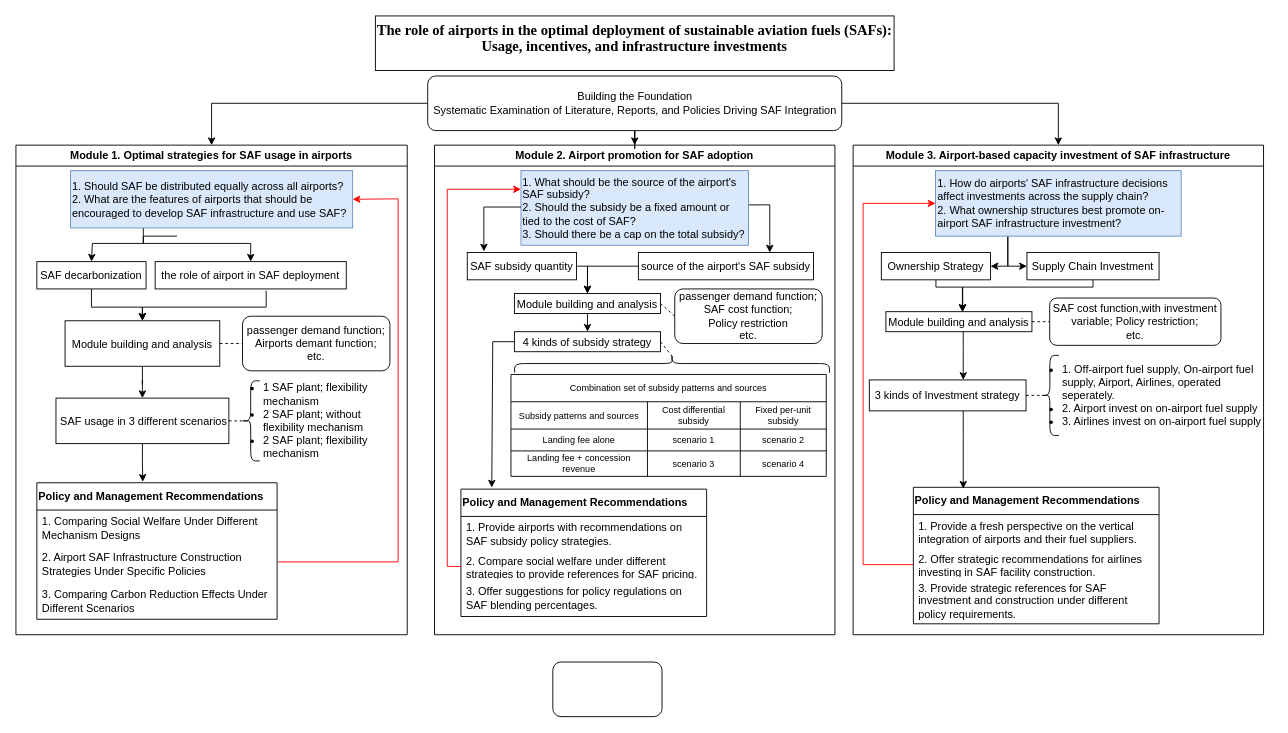
Before: 技术路线图.drawio in HengfeiMa95/paper-reading, a draw.io diagram. Source tidied: cells renumbered, new cells numbered last; positions are measured from the earlier drawing's top-left corner, leaving out a move shared by most shapes. Both pictures are drawn from the tidied source at 91%, with x=0, y=0 at pixel (15, 15).
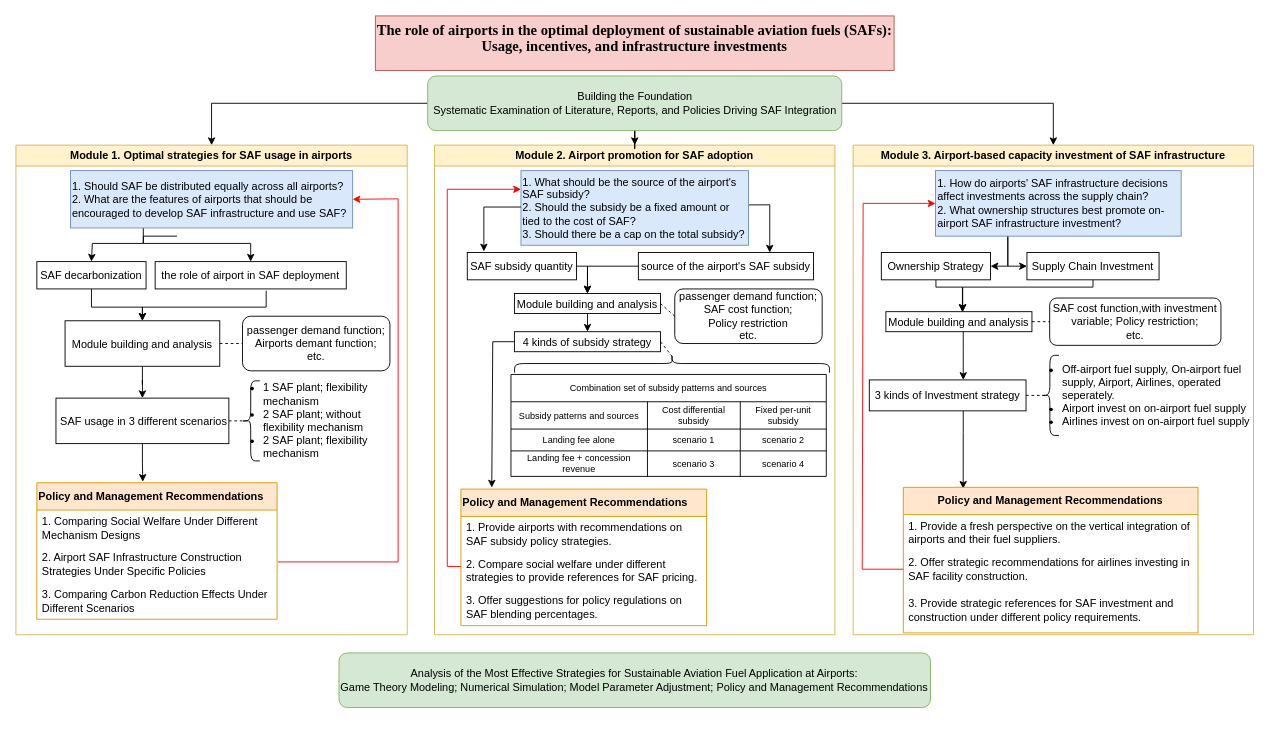
The same diagram, later.

Commit message:
Update 技术路线图.drawio

The change refers to these unchanged cells:
```xml
<mxCell id="61" value="&lt;div&gt;1. How do airports' SAF infrastructure decisions affect investments across the supply chain?&lt;/div&gt;&lt;div&gt;2. What ownership structures best promote on-airport SAF infrastructure investment?&lt;/div&gt;" style="text;strokeColor=#6c8ebf;fillColor=#dae8fc;html=1;whiteSpace=wrap;verticalAlign=middle;overflow=hidden;" parent="58" vertex="1">
  <mxGeometry x="90.5" y="28" width="270" height="72" as="geometry" />
</mxCell>
```

The edit, as a diff of the source:
```diff
@@
-    <mxCell id="2" value="Module 1. Optimal strategies for SAF usage in airports" style="swimlane;whiteSpace=wrap;" parent="1" vertex="1">
+    <mxCell id="2" value="Module 1. Optimal strategies for SAF usage in airports" style="swimlane;whiteSpace=wrap;fillColor=#fff2cc;strokeColor=#d6b656;" parent="1" vertex="1">
       <mxGeometry y="142" width="430" height="538" as="geometry" />
     </mxCell>
@@
-    <mxCell id="15" value="&lt;span style=&quot;font-weight: 700; text-align: -webkit-center;&quot;&gt;Policy and Management Recommendations&lt;/span&gt;" style="swimlane;fontStyle=0;horizontal=1;startSize=30;whiteSpace=wrap;html=1;align=left;verticalAlign=middle;fontFamily=Helvetica;fontSize=12;fontColor=default;fillColor=none;gradientColor=none;" parent="2" vertex="1">
+    <mxCell id="15" value="&lt;span style=&quot;font-weight: 700; text-align: -webkit-center;&quot;&gt;Policy and Management Recommendations&lt;/span&gt;" style="swimlane;fontStyle=0;horizontal=1;startSize=30;whiteSpace=wrap;html=1;align=left;verticalAlign=middle;fontFamily=Helvetica;fontSize=12;fillColor=#ffe6cc;strokeColor=#d79b00;" parent="2" vertex="1">
       <mxGeometry x="23" y="371" width="264" height="150" as="geometry" />
     </mxCell>
@@
-    <mxCell id="24" value="Module 2. Airport promotion for SAF adoption" style="swimlane;whiteSpace=wrap;" parent="1" vertex="1">
+    <mxCell id="24" value="Module 2. Airport promotion for SAF adoption" style="swimlane;whiteSpace=wrap;fillColor=#fff2cc;strokeColor=#d6b656;" parent="1" vertex="1">
       <mxGeometry x="460" y="142" width="440" height="538" as="geometry" />
     </mxCell>
@@
-    <mxCell id="51" value="&lt;span style=&quot;font-weight: 700; text-align: -webkit-center;&quot;&gt;Policy and Management Recommendations&lt;/span&gt;" style="swimlane;fontStyle=0;horizontal=1;startSize=30;whiteSpace=wrap;html=1;align=left;verticalAlign=middle;fontFamily=Helvetica;fontSize=12;fontColor=default;fillColor=none;gradientColor=none;" parent="24" vertex="1">
-      <mxGeometry x="29" y="378" width="270" height="140" as="geometry" />
+    <mxCell id="51" value="&lt;span style=&quot;font-weight: 700; text-align: -webkit-center;&quot;&gt;Policy and Management Recommendations&lt;/span&gt;" style="swimlane;fontStyle=0;horizontal=1;startSize=30;whiteSpace=wrap;html=1;align=left;verticalAlign=middle;fontFamily=Helvetica;fontSize=12;fillColor=#ffe6cc;strokeColor=#d79b00;" parent="24" vertex="1">
+      <mxGeometry x="29" y="378" width="270" height="150" as="geometry" />
     </mxCell>
@@
     <mxCell id="53" value="2. Compare social welfare under different strategies to provide references for SAF pricing." style="text;strokeColor=none;fillColor=none;align=left;verticalAlign=middle;spacingLeft=4;spacingRight=4;overflow=hidden;points=[[0,0.5],[1,0.5]];portConstraint=eastwest;whiteSpace=wrap;html=1;fontFamily=Helvetica;fontSize=12;fontColor=default;" parent="51" vertex="1">
-      <mxGeometry y="70" width="270" height="30" as="geometry" />
+      <mxGeometry y="70" width="270" height="40" as="geometry" />
     </mxCell>
     <mxCell id="54" value="3. Offer suggestions for policy regulations on SAF blending percentages." style="text;strokeColor=none;fillColor=none;align=left;verticalAlign=middle;spacingLeft=4;spacingRight=4;overflow=hidden;whiteSpace=wrap;html=1;fontFamily=Helvetica;fontSize=12;fontColor=default;" parent="51" vertex="1">
-      <mxGeometry y="100" width="270" height="40" as="geometry" />
+      <mxGeometry y="110" width="270" height="40" as="geometry" />
     </mxCell>
@@
-    <mxCell id="58" value="Module 3. Airport-based capacity investment of SAF infrastructure" style="swimlane;whiteSpace=wrap;" parent="1" vertex="1">
-      <mxGeometry x="920" y="142" width="451" height="538" as="geometry" />
+    <mxCell id="58" value="Module 3. Airport-based capacity investment of SAF infrastructure" style="swimlane;whiteSpace=wrap;fillColor=#fff2cc;strokeColor=#d6b656;" parent="1" vertex="1">
+      <mxGeometry x="920" y="142" width="440" height="538" as="geometry" />
     </mxCell>
@@
-    <mxCell id="72" value="&lt;ul&gt;&lt;li&gt;1. Off-airport fuel supply, On-airport fuel supply, Airport, Airlines, operated seperately.&lt;/li&gt;&lt;li&gt;2. Airport invest on on-airport fuel supply&lt;br&gt;&lt;/li&gt;&lt;li&gt;3. Airlines invest on on-airport fuel supply&amp;nbsp;&lt;/li&gt;&lt;/ul&gt;" style="text;strokeColor=none;fillColor=none;html=1;whiteSpace=wrap;verticalAlign=middle;overflow=hidden;" parent="58" vertex="1">
-      <mxGeometry x="188.2" y="214" width="271.8" height="122" as="geometry" />
+    <mxCell id="72" value="&lt;ul&gt;&lt;li&gt;&lt;span style=&quot;background-color: initial;&quot;&gt;Off-airport fuel supply, On-airport fuel supply, Airport, Airlines, operated seperately.&lt;/span&gt;&lt;/li&gt;&lt;li&gt;&lt;span style=&quot;background-color: initial;&quot;&gt;Airport invest on on-airport fuel supply&lt;/span&gt;&lt;/li&gt;&lt;li&gt;&lt;span style=&quot;background-color: initial;&quot;&gt;Airlines invest on on-airport fuel supply&amp;nbsp;&lt;/span&gt;&lt;/li&gt;&lt;/ul&gt;" style="text;strokeColor=none;fillColor=none;html=1;whiteSpace=wrap;verticalAlign=middle;overflow=hidden;" parent="58" vertex="1">
+      <mxGeometry x="188.2" y="214" width="251.8" height="122" as="geometry" />
     </mxCell>
@@
-    <mxCell id="74" value="&lt;span style=&quot;font-weight: 700; text-align: -webkit-center;&quot;&gt;Policy and Management Recommendations&lt;/span&gt;" style="swimlane;fontStyle=0;horizontal=1;startSize=30;whiteSpace=wrap;html=1;align=left;verticalAlign=middle;fontFamily=Helvetica;fontSize=12;fontColor=default;fillColor=none;gradientColor=none;" parent="58" vertex="1">
-      <mxGeometry x="66.2" y="376" width="270" height="150" as="geometry" />
+    <mxCell id="74" value="&lt;span style=&quot;font-weight: 700;&quot;&gt;Policy and Management Recommendations&lt;/span&gt;" style="swimlane;fontStyle=0;horizontal=1;startSize=30;whiteSpace=wrap;html=1;align=center;verticalAlign=middle;fontFamily=Helvetica;fontSize=12;fillColor=#ffe6cc;strokeColor=#d79b00;" parent="58" vertex="1">
+      <mxGeometry x="55.2" y="376" width="323.8" height="160" as="geometry" />
     </mxCell>
     <mxCell id="75" value="1. Provide a fresh perspective on the vertical integration of airports and their fuel suppliers." style="text;strokeColor=none;fillColor=none;align=left;verticalAlign=middle;spacingLeft=4;spacingRight=4;overflow=hidden;whiteSpace=wrap;html=1;fontFamily=Helvetica;fontSize=12;fontColor=default;" parent="74" vertex="1">
-      <mxGeometry y="30" width="270" height="40" as="geometry" />
+      <mxGeometry y="30" width="323.8" height="40" as="geometry" />
     </mxCell>
     <mxCell id="76" value="2. Offer strategic recommendations for airlines investing in SAF facility construction." style="text;strokeColor=none;fillColor=none;align=left;verticalAlign=middle;spacingLeft=4;spacingRight=4;overflow=hidden;points=[[0,0.5],[1,0.5]];portConstraint=eastwest;whiteSpace=wrap;html=1;fontFamily=Helvetica;fontSize=12;fontColor=default;" parent="74" vertex="1">
-      <mxGeometry y="70" width="270" height="30" as="geometry" />
+      <mxGeometry y="70" width="323.8" height="40" as="geometry" />
     </mxCell>
     <mxCell id="77" value="3. Provide strategic references for SAF investment and construction under different policy requirements." style="text;strokeColor=none;fillColor=none;align=left;verticalAlign=middle;spacingLeft=4;spacingRight=4;overflow=hidden;whiteSpace=wrap;html=1;fontFamily=Helvetica;fontSize=12;fontColor=default;" parent="74" vertex="1">
-      <mxGeometry y="100" width="270" height="50" as="geometry" />
+      <mxGeometry y="110" width="323.8" height="50" as="geometry" />
     </mxCell>
@@
     <mxCell id="79" style="endArrow=classic;html=1;rounded=0;fontFamily=Helvetica;fontSize=12;fontColor=default;exitX=0;exitY=0.5;exitDx=0;exitDy=0;entryX=0;entryY=0.5;entryDx=0;entryDy=0;strokeColor=#FF0000;" parent="58" edge="1" source="76" target="61">
       <mxGeometry relative="1" as="geometry">
         <Array as="points">
-          <mxPoint x="11" y="461" />
+          <mxPoint x="10" y="466" />
           <mxPoint x="11" y="64" />
         </Array>
       </mxGeometry>
     </mxCell>
-    <mxCell id="80" value="&lt;p class=&quot;MsoNormal&quot; style=&quot;margin: 0cm 0cm 8pt; line-height: normal; font-size: 11pt; font-family: DengXian;&quot;&gt;&lt;b&gt;&lt;span lang=&quot;EN-US&quot; style=&quot;font-size: 12pt; font-family: &amp;quot;Times New Roman&amp;quot;, serif;&quot;&gt;The role of airports in the optimal deployment of sustainable aviation fuels (SAFs): Usage, incentives, and infrastructure investments&lt;/span&gt;&lt;/b&gt;&lt;/p&gt;" style="rounded=0;whiteSpace=wrap;html=1;align=center;verticalAlign=top;" parent="1" vertex="1">
+    <mxCell id="80" value="&lt;p class=&quot;MsoNormal&quot; style=&quot;margin: 0cm 0cm 8pt; line-height: normal; font-size: 11pt; font-family: DengXian;&quot;&gt;&lt;b&gt;&lt;span lang=&quot;EN-US&quot; style=&quot;font-size: 12pt; font-family: &amp;quot;Times New Roman&amp;quot;, serif;&quot;&gt;The role of airports in the optimal deployment of sustainable aviation fuels (SAFs): Usage, incentives, and infrastructure investments&lt;/span&gt;&lt;/b&gt;&lt;/p&gt;" style="rounded=0;whiteSpace=wrap;html=1;align=center;verticalAlign=top;fillColor=#f8cecc;strokeColor=#b85450;" parent="1" vertex="1">
       <mxGeometry x="395" width="570" height="60" as="geometry" />
     </mxCell>
@@
-    <mxCell id="84" value="Building the Foundation&lt;div&gt;Systematic Examination of Literature, Reports, and Policies Driving SAF Integration&lt;/div&gt;" style="rounded=1;whiteSpace=wrap;html=1;" parent="1" vertex="1">
+    <mxCell id="84" value="Building the Foundation&lt;div&gt;Systematic Examination of Literature, Reports, and Policies Driving SAF Integration&lt;/div&gt;" style="rounded=1;whiteSpace=wrap;html=1;fillColor=#d5e8d4;strokeColor=#82b366;" parent="1" vertex="1">
       <mxGeometry x="452.5" y="66" width="455" height="60" as="geometry" />
     </mxCell>
-    <mxCell id="85" style="rounded=1;whiteSpace=wrap;html=1;align=left;verticalAlign=middle;fontFamily=Helvetica;fontSize=12;fontColor=default;fillColor=none;gradientColor=none;" parent="1" vertex="1">
-      <mxGeometry x="590" y="710" width="120" height="60" as="geometry" />
+    <mxCell id="85" value="&lt;div style=&quot;text-align: center;&quot;&gt;Analysis of the Most Effective Strategies for Sustainable Aviation Fuel Application at Airports:&lt;/div&gt;&lt;div&gt;&lt;span style=&quot;background-color: initial;&quot;&gt;Game Theory Modeling; Numerical Simulation;&amp;nbsp;&lt;/span&gt;&lt;span style=&quot;background-color: initial;&quot;&gt;Model Parameter Adjustment;&amp;nbsp;&lt;/span&gt;&lt;span style=&quot;background-color: initial;&quot;&gt;Policy and Management Recommendations&lt;/span&gt;&lt;/div&gt;" style="rounded=1;whiteSpace=wrap;html=1;align=left;verticalAlign=middle;fontFamily=Helvetica;fontSize=12;fillColor=#d5e8d4;strokeColor=#82b366;" parent="1" vertex="1">
+      <mxGeometry x="355" y="700" width="650" height="60" as="geometry" />
     </mxCell>
```
